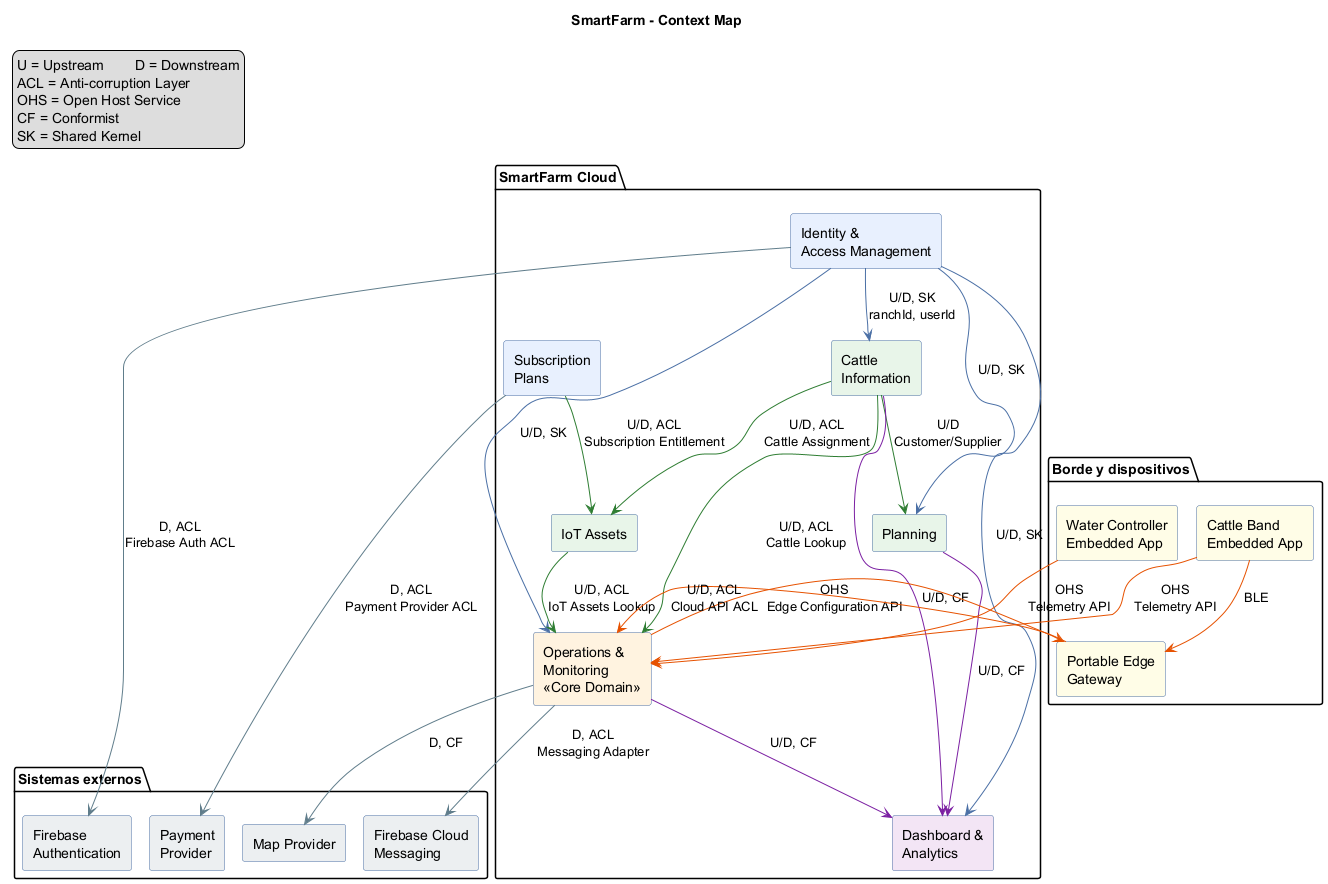
This is images/diagrams/context-map.png from SmartFarm-8733/Report-SmartFarm, a PlantUML export, as it was before one commit. Source of this version:
```plantuml
@startuml
!pragma layout smetana
skinparam shadowing false
skinparam linetype ortho
skinparam rectangle {
  BackgroundColor #FFFFFF
  BorderColor #4A6FA5
}
skinparam ArrowColor #4A6FA5
title SmartFarm - Context Map

legend top left
  U = Upstream        D = Downstream
  ACL = Anti-corruption Layer
  OHS = Open Host Service
  CF = Conformist
  SK = Shared Kernel
endlegend

package "SmartFarm Cloud" {
  rectangle "Identity &\nAccess Management" as IAM #E8F0FE
  rectangle "Cattle\nInformation" as CATTLE #E8F5E9
  rectangle "IoT Assets" as IOT #E8F5E9
  rectangle "Operations &\nMonitoring\n<<Core Domain>>" as MON #FFF3E0
  rectangle "Planning" as PLAN #E8F5E9
  rectangle "Dashboard &\nAnalytics" as ANA #F3E5F5
  rectangle "Subscription\nPlans" as SUB #E8F0FE
}

package "Sistemas externos" {
  rectangle "Firebase\nAuthentication" as FBA #ECEFF1
  rectangle "Firebase Cloud\nMessaging" as FCM #ECEFF1
  rectangle "Payment\nProvider" as PAY #ECEFF1
  rectangle "Map Provider" as MAP #ECEFF1
}

package "Borde y dispositivos" {
  rectangle "Portable Edge\nGateway" as EDGE #FFFDE7
  rectangle "Cattle Band\nEmbedded App" as BAND #FFFDE7
  rectangle "Water Controller\nEmbedded App" as WATER #FFFDE7
}

IAM -[#4A6FA5]-> CATTLE : "U/D, SK\nranchId, userId"
IAM -[#4A6FA5]-> MON : "U/D, SK"
IAM -[#4A6FA5]-> PLAN : "U/D, SK"
IAM -[#4A6FA5]-> ANA : "U/D, SK"

CATTLE -[#2E7D32]-> MON : "U/D, ACL\nCattle Lookup"
CATTLE -[#2E7D32]-> IOT : "U/D, ACL\nCattle Assignment"
CATTLE -[#2E7D32]-> PLAN : "U/D\nCustomer/Supplier"

IOT -[#2E7D32]-> MON : "U/D, ACL\nIoT Assets Lookup"

SUB -[#2E7D32]-> IOT : "U/D, ACL\nSubscription Entitlement"

MON -[#7B1FA2]-> ANA : "U/D, CF"
CATTLE -[#7B1FA2]-> ANA : "U/D, CF"
PLAN -[#7B1FA2]-> ANA : "U/D, CF"

MON -[#E65100]-> EDGE : "OHS\nEdge Configuration API"
EDGE -[#E65100]-> MON : "U/D, ACL\nCloud API ACL"
BAND -[#E65100]-> EDGE : "BLE"
BAND -[#E65100]-> MON : "OHS\nTelemetry API"
WATER -[#E65100]-> MON : "OHS\nTelemetry API"

IAM -[#607D8B]-> FBA : "D, ACL\nFirebase Auth ACL"
MON -[#607D8B]-> FCM : "D, ACL\nMessaging Adapter"
SUB -[#607D8B]-> PAY : "D, ACL\nPayment Provider ACL"
MON -[#607D8B]-> MAP : "D, CF"

@enduml
```
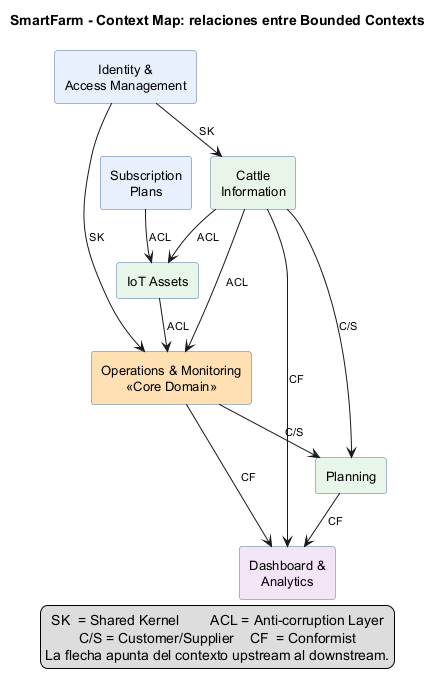
Above is the later version.

Commit message:
fix: split context map into two readable views

The edit, as a diff of the source:
```diff
@@ -1,71 +1,38 @@
 @startuml
 !pragma layout smetana
 skinparam shadowing false
-skinparam linetype ortho
+skinparam defaultTextAlignment center
 skinparam rectangle {
   BackgroundColor #FFFFFF
   BorderColor #4A6FA5
+  FontSize 13
 }
-skinparam ArrowColor #4A6FA5
-title SmartFarm - Context Map
+skinparam ArrowFontSize 11
+title SmartFarm - Context Map: relaciones entre Bounded Contexts
 
-legend top left
-  U = Upstream        D = Downstream
-  ACL = Anti-corruption Layer
-  OHS = Open Host Service
-  CF = Conformist
-  SK = Shared Kernel
+rectangle "Identity &\nAccess Management" as IAM #E8F0FE
+rectangle "Subscription\nPlans" as SUB #E8F0FE
+rectangle "Cattle\nInformation" as CATTLE #E8F5E9
+rectangle "IoT Assets" as IOT #E8F5E9
+rectangle "Operations & Monitoring\n<<Core Domain>>" as MON #FFE0B2
+rectangle "Planning" as PLAN #E8F5E9
+rectangle "Dashboard &\nAnalytics" as ANA #F3E5F5
+
+IAM -down-> CATTLE : SK
+IAM -down-> MON : SK
+SUB -down-> IOT : ACL
+CATTLE -down-> IOT : ACL
+CATTLE -down-> MON : ACL
+CATTLE -down-> PLAN : C/S
+IOT -down-> MON : ACL
+MON -down-> PLAN : C/S
+MON -down-> ANA : CF
+PLAN -down-> ANA : CF
+CATTLE -down-> ANA : CF
+
+legend bottom
+  SK  = Shared Kernel        ACL = Anti-corruption Layer
+  C/S = Customer/Supplier    CF  = Conformist
+  La flecha apunta del contexto upstream al downstream.
 endlegend
-
-package "SmartFarm Cloud" {
-  rectangle "Identity &\nAccess Management" as IAM #E8F0FE
-  rectangle "Cattle\nInformation" as CATTLE #E8F5E9
-  rectangle "IoT Assets" as IOT #E8F5E9
-  rectangle "Operations &\nMonitoring\n<<Core Domain>>" as MON #FFF3E0
-  rectangle "Planning" as PLAN #E8F5E9
-  rectangle "Dashboard &\nAnalytics" as ANA #F3E5F5
-  rectangle "Subscription\nPlans" as SUB #E8F0FE
-}
-
-package "Sistemas externos" {
-  rectangle "Firebase\nAuthentication" as FBA #ECEFF1
-  rectangle "Firebase Cloud\nMessaging" as FCM #ECEFF1
-  rectangle "Payment\nProvider" as PAY #ECEFF1
-  rectangle "Map Provider" as MAP #ECEFF1
-}
-
-package "Borde y dispositivos" {
-  rectangle "Portable Edge\nGateway" as EDGE #FFFDE7
-  rectangle "Cattle Band\nEmbedded App" as BAND #FFFDE7
-  rectangle "Water Controller\nEmbedded App" as WATER #FFFDE7
-}
-
-IAM -[#4A6FA5]-> CATTLE : "U/D, SK\nranchId, userId"
-IAM -[#4A6FA5]-> MON : "U/D, SK"
-IAM -[#4A6FA5]-> PLAN : "U/D, SK"
-IAM -[#4A6FA5]-> ANA : "U/D, SK"
-
-CATTLE -[#2E7D32]-> MON : "U/D, ACL\nCattle Lookup"
-CATTLE -[#2E7D32]-> IOT : "U/D, ACL\nCattle Assignment"
-CATTLE -[#2E7D32]-> PLAN : "U/D\nCustomer/Supplier"
-
-IOT -[#2E7D32]-> MON : "U/D, ACL\nIoT Assets Lookup"
-
-SUB -[#2E7D32]-> IOT : "U/D, ACL\nSubscription Entitlement"
-
-MON -[#7B1FA2]-> ANA : "U/D, CF"
-CATTLE -[#7B1FA2]-> ANA : "U/D, CF"
-PLAN -[#7B1FA2]-> ANA : "U/D, CF"
-
-MON -[#E65100]-> EDGE : "OHS\nEdge Configuration API"
-EDGE -[#E65100]-> MON : "U/D, ACL\nCloud API ACL"
-BAND -[#E65100]-> EDGE : "BLE"
-BAND -[#E65100]-> MON : "OHS\nTelemetry API"
-WATER -[#E65100]-> MON : "OHS\nTelemetry API"
-
-IAM -[#607D8B]-> FBA : "D, ACL\nFirebase Auth ACL"
-MON -[#607D8B]-> FCM : "D, ACL\nMessaging Adapter"
-SUB -[#607D8B]-> PAY : "D, ACL\nPayment Provider ACL"
-MON -[#607D8B]-> MAP : "D, CF"
-
 @enduml
```
